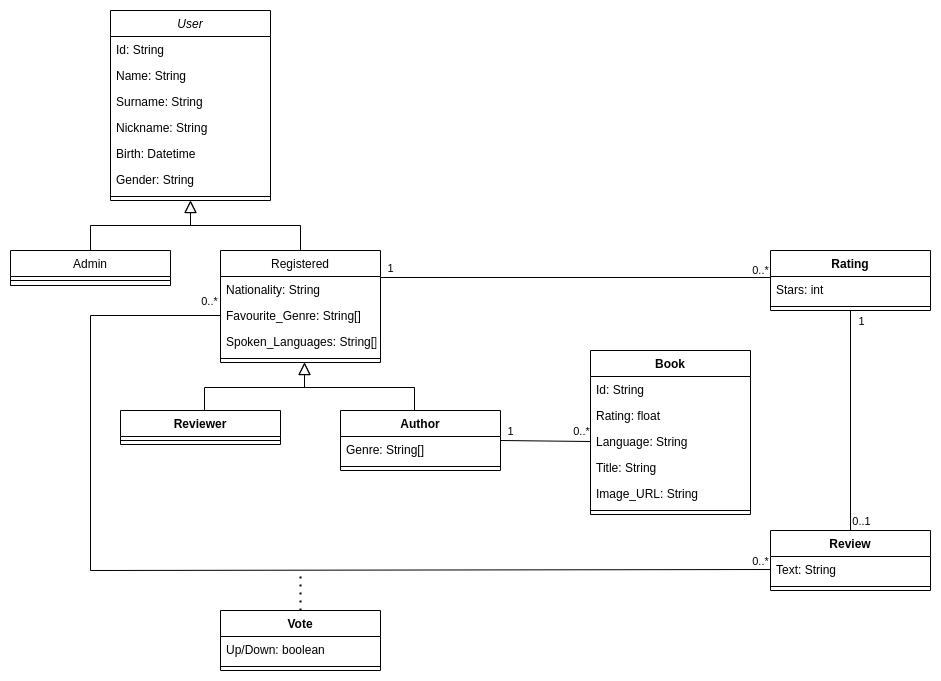
Above: media/UML_Class.drawio.png in Froffri/BookAdvisor (draw.io), before the change. Source tidied: cells renumbered, new cells last; positions are measured from the earlier drawing's top-left corner, leaving out a move shared by most shapes. Source of this version:
```xml
<mxGraphModel>
  <root>
    <mxCell id="0" />
    <mxCell id="1" parent="0" />
    <mxCell id="2" value="User" style="swimlane;fontStyle=2;align=center;verticalAlign=top;horizontal=1;startSize=26;rounded=0;shadow=0;strokeWidth=1;" parent="1" vertex="1">
      <mxGeometry x="100" width="160" height="190" as="geometry" />
    </mxCell>
    <mxCell id="3" value="Id: String" style="text;align=left;verticalAlign=top;spacingLeft=4;spacingRight=4;overflow=hidden;" parent="2" vertex="1">
      <mxGeometry y="26" width="160" height="26" as="geometry" />
    </mxCell>
    <mxCell id="4" value="Name: String" style="text;align=left;verticalAlign=top;spacingLeft=4;spacingRight=4;overflow=hidden;" parent="2" vertex="1">
      <mxGeometry y="52" width="160" height="26" as="geometry" />
    </mxCell>
    <mxCell id="5" value="Surname: String" style="text;align=left;verticalAlign=top;spacingLeft=4;spacingRight=4;overflow=hidden;" parent="2" vertex="1">
      <mxGeometry y="78" width="160" height="26" as="geometry" />
    </mxCell>
    <mxCell id="6" value="Nickname: String" style="text;align=left;verticalAlign=top;spacingLeft=4;spacingRight=4;overflow=hidden;" parent="2" vertex="1">
      <mxGeometry y="104" width="160" height="26" as="geometry" />
    </mxCell>
    <mxCell id="7" value="Birth: Datetime" style="text;align=left;verticalAlign=top;spacingLeft=4;spacingRight=4;overflow=hidden;" parent="2" vertex="1">
      <mxGeometry y="130" width="160" height="26" as="geometry" />
    </mxCell>
    <mxCell id="8" value="Gender: String" style="text;align=left;verticalAlign=top;spacingLeft=4;spacingRight=4;overflow=hidden;" parent="2" vertex="1">
      <mxGeometry y="156" width="160" height="26" as="geometry" />
    </mxCell>
    <mxCell id="9" style="line;html=1;strokeWidth=1;align=left;verticalAlign=middle;spacingTop=-1;spacingLeft=3;spacingRight=3;labelPosition=right;" parent="2" vertex="1">
      <mxGeometry y="182" width="160" height="8" as="geometry" />
    </mxCell>
    <mxCell id="10" value="Admin" style="swimlane;fontStyle=0;align=center;verticalAlign=top;horizontal=1;startSize=26;rounded=0;shadow=0;strokeWidth=1;" parent="1" vertex="1">
      <mxGeometry y="240" width="160" height="35" as="geometry" />
    </mxCell>
    <mxCell id="11" style="line;html=1;strokeWidth=1;align=left;verticalAlign=middle;spacingTop=-1;spacingLeft=3;spacingRight=3;labelPosition=right;" parent="10" vertex="1">
      <mxGeometry y="26" width="160" height="8" as="geometry" />
    </mxCell>
    <mxCell id="12" style="endArrow=block;endSize=10;endFill=0;shadow=0;strokeWidth=1;rounded=0;edgeStyle=elbowEdgeStyle;elbow=vertical;" parent="1" edge="1" source="10" target="2">
      <mxGeometry relative="1" as="geometry" />
    </mxCell>
    <mxCell id="13" value="Registered" style="swimlane;fontStyle=0;align=center;verticalAlign=top;horizontal=1;startSize=26;rounded=0;shadow=0;strokeWidth=1;" parent="1" vertex="1">
      <mxGeometry x="210" y="240" width="160" height="112" as="geometry" />
    </mxCell>
    <mxCell id="14" value="Nationality: String" style="text;align=left;verticalAlign=top;spacingLeft=4;spacingRight=4;overflow=hidden;" parent="13" vertex="1">
      <mxGeometry y="26" width="160" height="26" as="geometry" />
    </mxCell>
    <mxCell id="15" value="Favourite_Genre: String[]" style="text;align=left;verticalAlign=top;spacingLeft=4;spacingRight=4;overflow=hidden;points=[[0,0.5],[1,0.5]];portConstraint=eastwest;" parent="13" vertex="1">
      <mxGeometry y="52" width="160" height="26" as="geometry" />
    </mxCell>
    <mxCell id="16" value="Spoken_Languages: String[]" style="text;align=left;verticalAlign=top;spacingLeft=4;spacingRight=4;overflow=hidden;" parent="13" vertex="1">
      <mxGeometry y="78" width="160" height="26" as="geometry" />
    </mxCell>
    <mxCell id="17" style="line;html=1;strokeWidth=1;align=left;verticalAlign=middle;spacingTop=-1;spacingLeft=3;spacingRight=3;labelPosition=right;" parent="13" vertex="1">
      <mxGeometry y="104" width="160" height="8" as="geometry" />
    </mxCell>
    <mxCell id="18" style="endArrow=block;endSize=10;endFill=0;shadow=0;strokeWidth=1;rounded=0;edgeStyle=elbowEdgeStyle;elbow=vertical;" parent="1" edge="1" source="13" target="2">
      <mxGeometry relative="1" as="geometry" />
    </mxCell>
    <mxCell id="19" style="endArrow=block;endSize=10;endFill=0;shadow=0;strokeWidth=1;rounded=0;edgeStyle=elbowEdgeStyle;elbow=vertical;" parent="1" edge="1">
      <mxGeometry relative="1" as="geometry">
        <mxPoint x="404" y="402" as="sourcePoint" />
        <mxPoint x="294" y="352" as="targetPoint" />
      </mxGeometry>
    </mxCell>
    <mxCell id="20" style="endArrow=block;endSize=10;endFill=0;shadow=0;strokeWidth=1;rounded=0;edgeStyle=elbowEdgeStyle;elbow=vertical;" parent="1" edge="1">
      <mxGeometry relative="1" as="geometry">
        <mxPoint x="194" y="402" as="sourcePoint" />
        <mxPoint x="294" y="352" as="targetPoint" />
      </mxGeometry>
    </mxCell>
    <mxCell id="21" value="Reviewer" style="swimlane;fontStyle=1;align=center;verticalAlign=top;horizontal=1;startSize=26;" parent="1" vertex="1">
      <mxGeometry x="110" y="400" width="160" height="34" as="geometry" />
    </mxCell>
    <mxCell id="22" style="line;strokeWidth=1;fillColor=none;align=left;verticalAlign=middle;spacingTop=-1;spacingLeft=3;spacingRight=3;labelPosition=right;strokeColor=inherit;" parent="21" vertex="1">
      <mxGeometry y="26" width="160" height="8" as="geometry" />
    </mxCell>
    <mxCell id="23" value="Author" style="swimlane;fontStyle=1;align=center;verticalAlign=top;horizontal=1;startSize=26;" parent="1" vertex="1">
      <mxGeometry x="330" y="400" width="160" height="60" as="geometry" />
    </mxCell>
    <mxCell id="24" value="Genre: String[]" style="text;strokeColor=none;fillColor=none;align=left;verticalAlign=top;spacingLeft=4;spacingRight=4;overflow=hidden;" parent="23" vertex="1">
      <mxGeometry y="26" width="160" height="26" as="geometry" />
    </mxCell>
    <mxCell id="25" style="line;strokeWidth=1;fillColor=none;align=left;verticalAlign=middle;spacingTop=-1;spacingLeft=3;spacingRight=3;labelPosition=right;strokeColor=inherit;" parent="23" vertex="1">
      <mxGeometry y="52" width="160" height="8" as="geometry" />
    </mxCell>
    <mxCell id="26" value="Book" style="swimlane;fontStyle=1;align=center;verticalAlign=top;horizontal=1;startSize=26;" parent="1" vertex="1">
      <mxGeometry x="580" y="340" width="160" height="164" as="geometry" />
    </mxCell>
    <mxCell id="27" value="Id: String" style="text;strokeColor=none;fillColor=none;align=left;verticalAlign=top;spacingLeft=4;spacingRight=4;overflow=hidden;" parent="26" vertex="1">
      <mxGeometry y="26" width="160" height="26" as="geometry" />
    </mxCell>
    <mxCell id="28" value="Rating: float" style="text;strokeColor=none;fillColor=none;align=left;verticalAlign=top;spacingLeft=4;spacingRight=4;overflow=hidden;" parent="26" vertex="1">
      <mxGeometry y="52" width="160" height="26" as="geometry" />
    </mxCell>
    <mxCell id="29" value="Language: String" style="text;strokeColor=none;fillColor=none;align=left;verticalAlign=top;spacingLeft=4;spacingRight=4;overflow=hidden;points=[[0,0.5],[1,0.5]];portConstraint=eastwest;" parent="26" vertex="1">
      <mxGeometry y="78" width="160" height="26" as="geometry" />
    </mxCell>
    <mxCell id="30" value="Title: String" style="text;strokeColor=none;fillColor=none;align=left;verticalAlign=top;spacingLeft=4;spacingRight=4;overflow=hidden;" parent="26" vertex="1">
      <mxGeometry y="104" width="160" height="26" as="geometry" />
    </mxCell>
    <mxCell id="31" value="Image_URL: String" style="text;strokeColor=none;fillColor=none;align=left;verticalAlign=top;spacingLeft=4;spacingRight=4;overflow=hidden;" parent="26" vertex="1">
      <mxGeometry y="130" width="160" height="26" as="geometry" />
    </mxCell>
    <mxCell id="32" style="line;strokeWidth=1;fillColor=none;align=left;verticalAlign=middle;spacingTop=-1;spacingLeft=3;spacingRight=3;labelPosition=right;strokeColor=inherit;" parent="26" vertex="1">
      <mxGeometry y="156" width="160" height="8" as="geometry" />
    </mxCell>
    <mxCell id="33" style="endArrow=none;html=1;rounded=0;exitX=1;exitY=0.5;exitDx=0;exitDy=0;entryX=0;entryY=0.5;entryDx=0;entryDy=0;" parent="1" edge="1" source="23" target="29">
      <mxGeometry relative="1" as="geometry" />
    </mxCell>
    <mxCell id="34" value="1" style="edgeLabel;html=1;align=center;verticalAlign=middle;" parent="33" vertex="1">
      <mxGeometry x="-0.41" y="-4" relative="1" as="geometry">
        <mxPoint x="-17" y="-14" as="offset" />
      </mxGeometry>
    </mxCell>
    <mxCell id="35" value="0..*" style="edgeLabel;html=1;align=center;verticalAlign=middle;" parent="33" vertex="1">
      <mxGeometry x="0.79" y="3" relative="1" as="geometry">
        <mxPoint x="-1" y="-7" as="offset" />
      </mxGeometry>
    </mxCell>
    <mxCell id="36" value="Rating" style="swimlane;fontStyle=1;align=center;verticalAlign=top;horizontal=1;startSize=26;" parent="1" vertex="1">
      <mxGeometry x="760" y="240" width="160" height="60" as="geometry" />
    </mxCell>
    <mxCell id="37" value="Stars: int" style="text;strokeColor=none;fillColor=none;align=left;verticalAlign=top;spacingLeft=4;spacingRight=4;overflow=hidden;points=[[0,0.5],[1,0.5]];portConstraint=eastwest;" parent="36" vertex="1">
      <mxGeometry y="26" width="160" height="26" as="geometry" />
    </mxCell>
    <mxCell id="38" style="line;strokeWidth=1;fillColor=none;align=left;verticalAlign=middle;spacingTop=-1;spacingLeft=3;spacingRight=3;labelPosition=right;strokeColor=inherit;" parent="36" vertex="1">
      <mxGeometry y="52" width="160" height="8" as="geometry" />
    </mxCell>
    <mxCell id="39" style="endArrow=none;html=1;rounded=0;exitX=0;exitY=0.038;exitDx=0;exitDy=0;exitPerimeter=0;" parent="1" edge="1" source="37">
      <mxGeometry relative="1" as="geometry">
        <mxPoint x="370" y="267" as="targetPoint" />
      </mxGeometry>
    </mxCell>
    <mxCell id="40" value="1" style="edgeLabel;html=1;align=center;verticalAlign=middle;" parent="39" vertex="1">
      <mxGeometry x="0.91" y="-2" relative="1" as="geometry">
        <mxPoint x="-8" y="-7" as="offset" />
      </mxGeometry>
    </mxCell>
    <mxCell id="41" value="0..*" style="edgeLabel;html=1;align=center;verticalAlign=middle;" parent="39" vertex="1">
      <mxGeometry x="-0.89" y="-1" relative="1" as="geometry">
        <mxPoint x="11" y="-6" as="offset" />
      </mxGeometry>
    </mxCell>
    <mxCell id="42" value="Review" style="swimlane;fontStyle=1;align=center;verticalAlign=top;horizontal=1;startSize=26;" parent="1" vertex="1">
      <mxGeometry x="760" y="520" width="160" height="60" as="geometry" />
    </mxCell>
    <mxCell id="43" value="Text: String" style="text;strokeColor=none;fillColor=none;align=left;verticalAlign=top;spacingLeft=4;spacingRight=4;overflow=hidden;points=[[0,0.5],[1,0.5]];portConstraint=eastwest;" parent="42" vertex="1">
      <mxGeometry y="26" width="160" height="26" as="geometry" />
    </mxCell>
    <mxCell id="44" style="line;strokeWidth=1;fillColor=none;align=left;verticalAlign=middle;spacingTop=-1;spacingLeft=3;spacingRight=3;labelPosition=right;strokeColor=inherit;" parent="42" vertex="1">
      <mxGeometry y="52" width="160" height="8" as="geometry" />
    </mxCell>
    <mxCell id="45" style="endArrow=none;html=1;rounded=0;entryX=0.5;entryY=1;entryDx=0;entryDy=0;exitX=0.5;exitY=0;exitDx=0;exitDy=0;" parent="1" edge="1" source="42" target="36">
      <mxGeometry relative="1" as="geometry" />
    </mxCell>
    <mxCell id="46" value="0..1" style="edgeLabel;html=1;align=center;verticalAlign=middle;" parent="45" vertex="1">
      <mxGeometry x="-0.8" y="-1" relative="1" as="geometry">
        <mxPoint x="9" y="12" as="offset" />
      </mxGeometry>
    </mxCell>
    <mxCell id="47" value="1" style="edgeLabel;html=1;align=center;verticalAlign=middle;" parent="45" vertex="1">
      <mxGeometry x="0.84" y="-4" relative="1" as="geometry">
        <mxPoint x="6" y="-8" as="offset" />
      </mxGeometry>
    </mxCell>
    <mxCell id="48" style="endArrow=none;html=1;rounded=0;entryX=0;entryY=0.5;entryDx=0;entryDy=0;exitX=0;exitY=0.5;exitDx=0;exitDy=0;" parent="1" edge="1" source="15" target="43">
      <mxGeometry relative="1" as="geometry">
        <Array as="points">
          <mxPoint x="80" y="305" />
          <mxPoint x="80" y="560" />
        </Array>
      </mxGeometry>
    </mxCell>
    <mxCell id="49" value="0..*" style="edgeLabel;html=1;align=center;verticalAlign=middle;" parent="48" vertex="1">
      <mxGeometry x="0.95" y="2" relative="1" as="geometry">
        <mxPoint x="17" y="-7" as="offset" />
      </mxGeometry>
    </mxCell>
    <mxCell id="50" value="0..*" style="edgeLabel;html=1;align=center;verticalAlign=middle;" parent="48" vertex="1">
      <mxGeometry x="-0.98" y="-3" relative="1" as="geometry">
        <mxPoint y="-12" as="offset" />
      </mxGeometry>
    </mxCell>
    <mxCell id="51" value="Vote" style="swimlane;fontStyle=1;align=center;verticalAlign=top;horizontal=1;startSize=26;" parent="1" vertex="1">
      <mxGeometry x="210" y="600" width="160" height="60" as="geometry" />
    </mxCell>
    <mxCell id="52" value="Up/Down: boolean" style="text;strokeColor=none;fillColor=none;align=left;verticalAlign=top;spacingLeft=4;spacingRight=4;overflow=hidden;points=[[0,0.5],[1,0.5]];portConstraint=eastwest;" parent="51" vertex="1">
      <mxGeometry y="26" width="160" height="26" as="geometry" />
    </mxCell>
    <mxCell id="53" style="line;strokeWidth=1;fillColor=none;align=left;verticalAlign=middle;spacingTop=-1;spacingLeft=3;spacingRight=3;labelPosition=right;strokeColor=inherit;" parent="51" vertex="1">
      <mxGeometry y="52" width="160" height="8" as="geometry" />
    </mxCell>
    <mxCell id="54" style="endArrow=none;dashed=1;html=1;dashPattern=1 3;strokeWidth=2;rounded=0;exitX=0.5;exitY=0;exitDx=0;exitDy=0;" parent="1" edge="1" source="51">
      <mxGeometry relative="1" as="geometry">
        <mxPoint x="290" y="560" as="targetPoint" />
      </mxGeometry>
    </mxCell>
  </root>
</mxGraphModel>
```
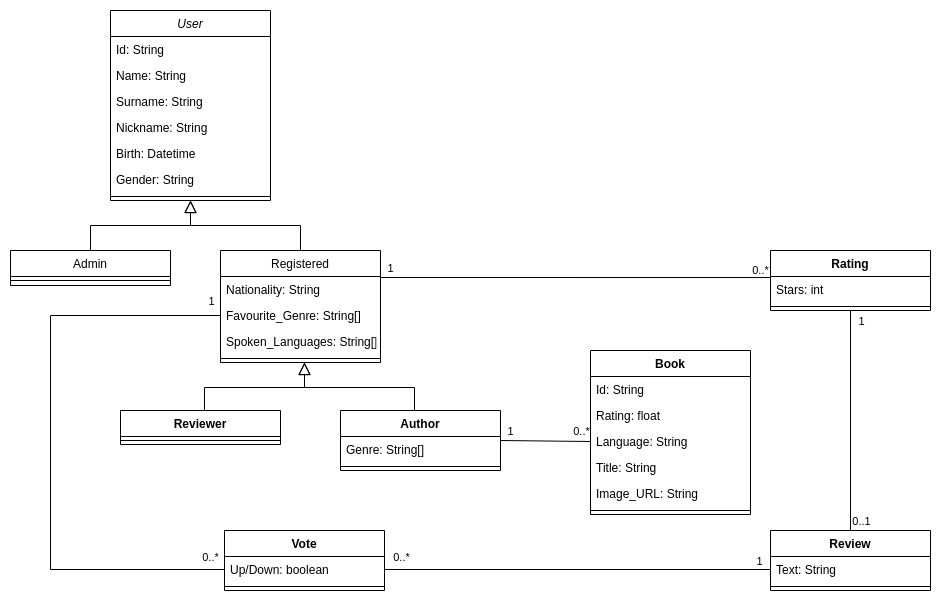
The same file after the commit.

Commit message:
Updated UML Class diagram

What changed in the source:
```diff
@@ -160,26 +160,8 @@
         <mxPoint x="6" y="-8" as="offset" />
       </mxGeometry>
     </mxCell>
-    <mxCell id="48" style="endArrow=none;html=1;rounded=0;entryX=0;entryY=0.5;entryDx=0;entryDy=0;exitX=0;exitY=0.5;exitDx=0;exitDy=0;" parent="1" edge="1" source="15" target="43">
-      <mxGeometry relative="1" as="geometry">
-        <Array as="points">
-          <mxPoint x="80" y="305" />
-          <mxPoint x="80" y="560" />
-        </Array>
-      </mxGeometry>
-    </mxCell>
-    <mxCell id="49" value="0..*" style="edgeLabel;html=1;align=center;verticalAlign=middle;" parent="48" vertex="1">
-      <mxGeometry x="0.95" y="2" relative="1" as="geometry">
-        <mxPoint x="17" y="-7" as="offset" />
-      </mxGeometry>
-    </mxCell>
-    <mxCell id="50" value="0..*" style="edgeLabel;html=1;align=center;verticalAlign=middle;" parent="48" vertex="1">
-      <mxGeometry x="-0.98" y="-3" relative="1" as="geometry">
-        <mxPoint y="-12" as="offset" />
-      </mxGeometry>
-    </mxCell>
     <mxCell id="51" value="Vote" style="swimlane;fontStyle=1;align=center;verticalAlign=top;horizontal=1;startSize=26;" parent="1" vertex="1">
-      <mxGeometry x="210" y="600" width="160" height="60" as="geometry" />
+      <mxGeometry x="214" y="520" width="160" height="60" as="geometry" />
     </mxCell>
     <mxCell id="52" value="Up/Down: boolean" style="text;strokeColor=none;fillColor=none;align=left;verticalAlign=top;spacingLeft=4;spacingRight=4;overflow=hidden;points=[[0,0.5],[1,0.5]];portConstraint=eastwest;" parent="51" vertex="1">
       <mxGeometry y="26" width="160" height="26" as="geometry" />
@@ -187,10 +169,36 @@
     <mxCell id="53" style="line;strokeWidth=1;fillColor=none;align=left;verticalAlign=middle;spacingTop=-1;spacingLeft=3;spacingRight=3;labelPosition=right;strokeColor=inherit;" parent="51" vertex="1">
       <mxGeometry y="52" width="160" height="8" as="geometry" />
     </mxCell>
-    <mxCell id="54" style="endArrow=none;dashed=1;html=1;dashPattern=1 3;strokeWidth=2;rounded=0;exitX=0.5;exitY=0;exitDx=0;exitDy=0;" parent="1" edge="1" source="51">
-      <mxGeometry relative="1" as="geometry">
-        <mxPoint x="290" y="560" as="targetPoint" />
-      </mxGeometry>
-    </mxCell>
+    <mxCell id="55" style="endArrow=none;html=1;rounded=0;exitX=1;exitY=0.5;exitDx=0;exitDy=0;entryX=0;entryY=0.5;entryDx=0;entryDy=0;" parent="1" edge="1" source="52" target="43">
+      <mxGeometry relative="1" as="geometry" />
+    </mxCell>
+    <mxCell id="56" value="0..*" style="edgeLabel;html=1;align=center;verticalAlign=middle;" parent="55" vertex="1">
+      <mxGeometry x="-0.9" y="-2" relative="1" as="geometry">
+        <mxPoint x="-3" y="-15" as="offset" />
+      </mxGeometry>
+    </mxCell>
+    <mxCell id="57" value="1" style="edgeLabel;html=1;align=center;verticalAlign=middle;" parent="55" vertex="1">
+      <mxGeometry x="0.94" relative="1" as="geometry">
+        <mxPoint y="-9" as="offset" />
+      </mxGeometry>
+    </mxCell>
+    <mxCell id="58" style="endArrow=none;html=1;rounded=0;entryX=0;entryY=0.5;entryDx=0;entryDy=0;exitX=0;exitY=0.5;exitDx=0;exitDy=0;" parent="1" edge="1" source="52" target="15">
+      <mxGeometry relative="1" as="geometry">
+        <Array as="points">
+          <mxPoint x="40" y="559" />
+          <mxPoint x="40" y="305" />
+        </Array>
+      </mxGeometry>
+    </mxCell>
+    <mxCell id="59" value="0..*" style="edgeLabel;html=1;align=center;verticalAlign=middle;" parent="58" vertex="1">
+      <mxGeometry x="-0.95" y="-1" relative="1" as="geometry">
+        <mxPoint y="-12" as="offset" />
+      </mxGeometry>
+    </mxCell>
+    <mxCell id="60" value="1" style="edgeLabel;html=1;align=center;verticalAlign=middle;" parent="58" vertex="1">
+      <mxGeometry x="0.96" y="-1" relative="1" as="geometry">
+        <mxPoint x="3" y="-16" as="offset" />
+      </mxGeometry>
+    </mxCell>
   </root>
 </mxGraphModel>
```
